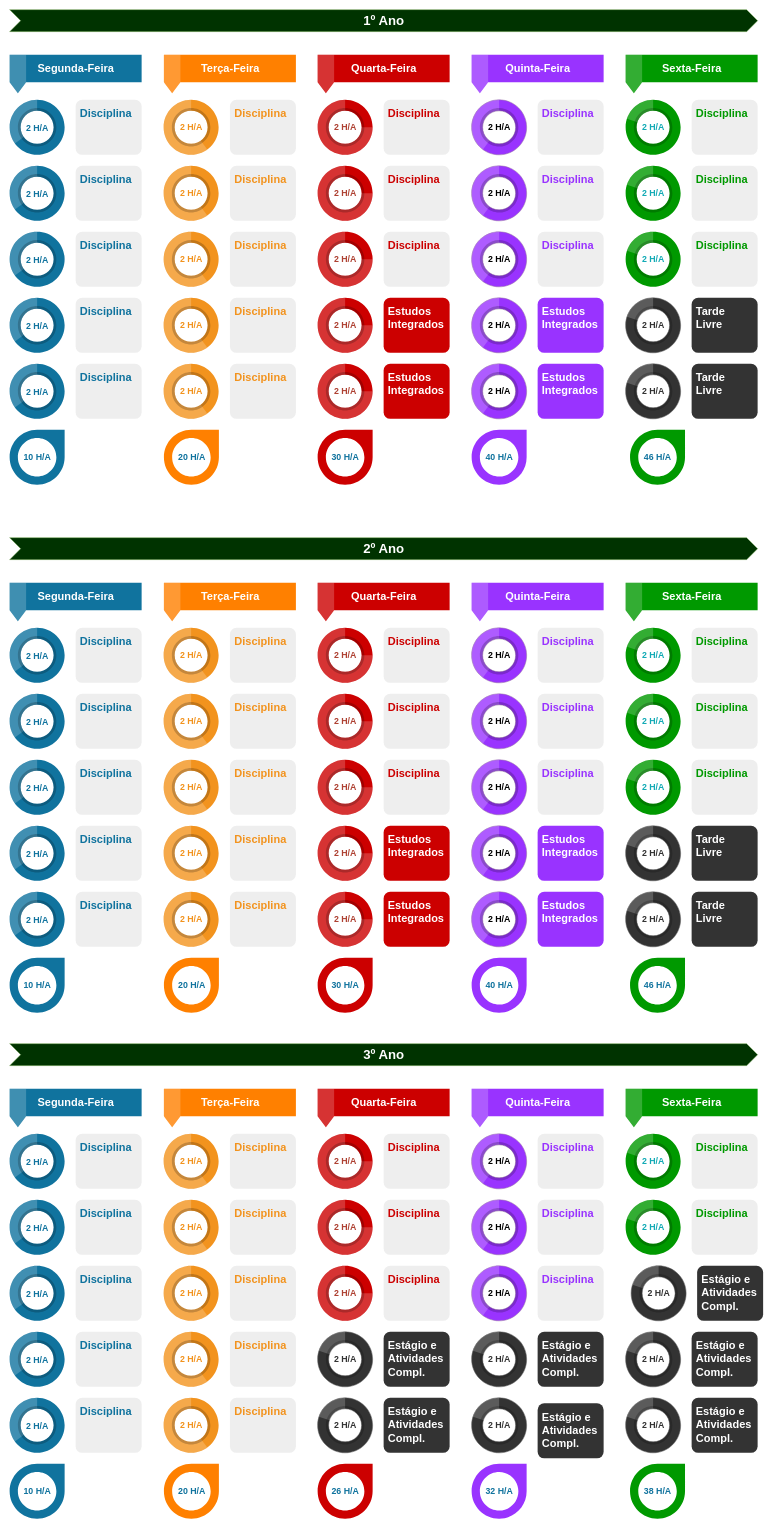
Above: Pictures/DiagramaSemanal.drawio in waldeyr/novo_biotec (draw.io), before the change. Source tidied: cells renumbered, new cells numbered last; positions are measured from the earlier drawing's top-left corner, leaving out a move shared by most shapes. Both pictures are drawn from the tidied source at 55%, with x=0, y=0 at pixel (9, 9).
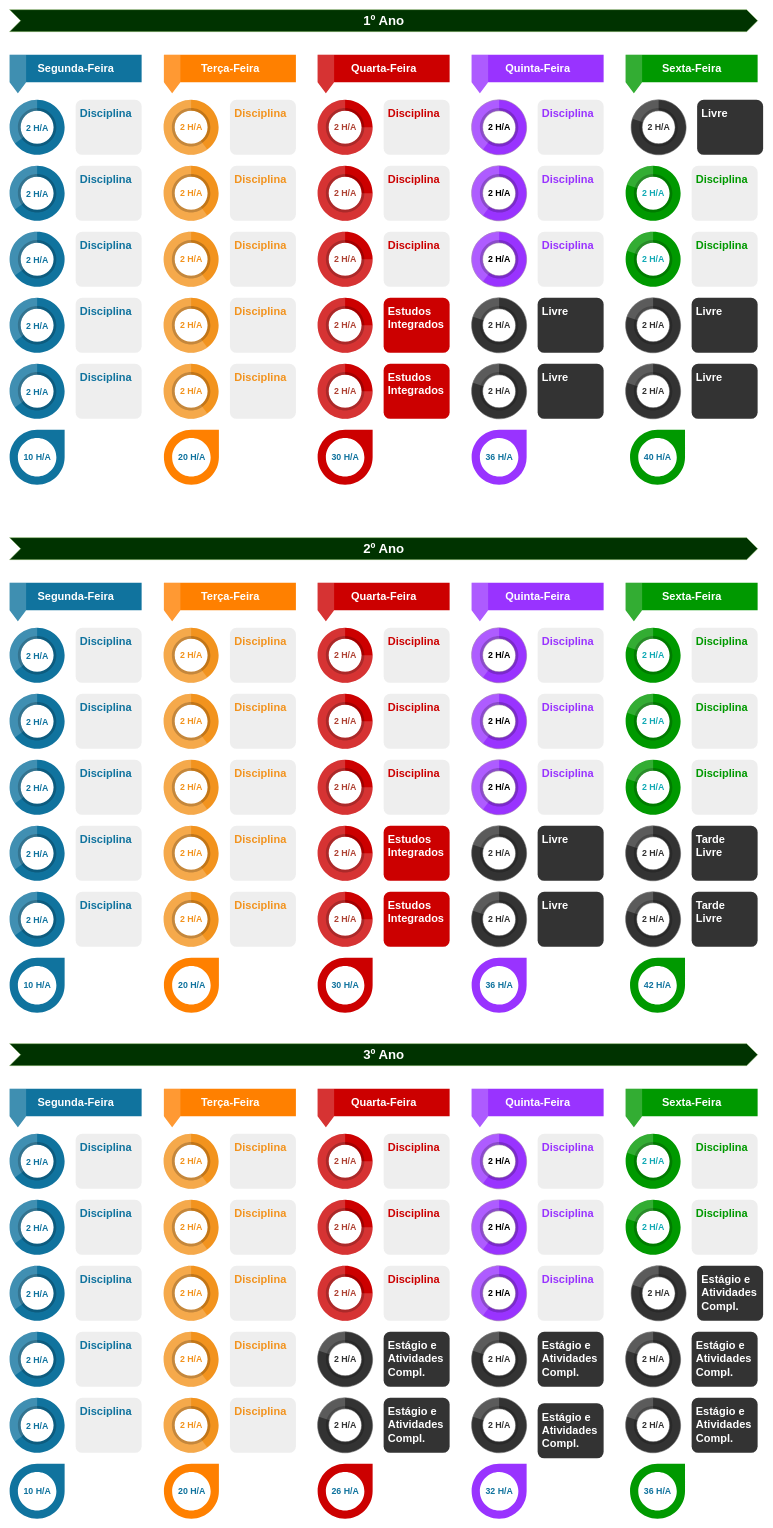
The same diagram, later.

What changed in the source:
```diff
@@
-    <mxCell id="10" value="2 H/A" style="verticalLabelPosition=middle;verticalAlign=middle;html=1;html=1;shape=mxgraph.infographic.partConcEllipse;startAngle=0;endAngle=0.8;arcWidth=0.4;strokeColor=none;fillColor=#009900;fontSize=16;fontColor=#12AAB5;align=center;fontStyle=1;" parent="1" vertex="1">
-      <mxGeometry x="1120" y="164" width="100" height="100" as="geometry" />
-    </mxCell>
-    <mxCell id="11" value="&lt;font style=&quot;font-size: 20px;&quot;&gt;&lt;font style=&quot;font-size: 20px;&quot; color=&quot;#009900&quot;&gt;&lt;b style=&quot;font-size: 20px;&quot;&gt;Disciplina&lt;/b&gt;&lt;/font&gt;&lt;br style=&quot;font-size: 20px;&quot;&gt;&lt;br style=&quot;font-size: 20px;&quot;&gt;&lt;br style=&quot;font-size: 20px;&quot;&gt;&lt;/font&gt;" style="rounded=1;strokeColor=none;fillColor=#EEEEEE;align=left;arcSize=12;verticalAlign=top;whiteSpace=wrap;html=1;fontSize=20;spacing=8;" parent="1" vertex="1">
-      <mxGeometry x="1240" y="164" width="120" height="100" as="geometry" />
-    </mxCell>
@@
-    <mxCell id="21" value="&lt;font style=&quot;font-size: 20px;&quot;&gt;&lt;font style=&quot;font-size: 20px;&quot;&gt;&lt;b style=&quot;font-size: 20px;&quot;&gt;Tarde Livre&lt;/b&gt;&lt;/font&gt;&lt;br style=&quot;font-size: 20px;&quot;&gt;&lt;br style=&quot;font-size: 20px;&quot;&gt;&lt;br style=&quot;font-size: 20px;&quot;&gt;&lt;/font&gt;" style="rounded=1;strokeColor=none;fillColor=#333333;align=left;arcSize=12;verticalAlign=top;whiteSpace=wrap;html=1;fontSize=20;spacing=8;fontColor=#FFFFFF;" parent="1" vertex="1">
+    <mxCell id="21" value="&lt;font style=&quot;font-size: 20px&quot;&gt;&lt;b&gt;Livre&lt;/b&gt;&lt;br style=&quot;font-size: 20px&quot;&gt;&lt;br style=&quot;font-size: 20px&quot;&gt;&lt;/font&gt;" style="rounded=1;strokeColor=none;fillColor=#333333;align=left;arcSize=12;verticalAlign=top;whiteSpace=wrap;html=1;fontSize=20;spacing=8;fontColor=#FFFFFF;" parent="1" vertex="1">
       <mxGeometry x="1240" y="524" width="120" height="100" as="geometry" />
     </mxCell>
@@
-    <mxCell id="25" value="&lt;font style=&quot;font-size: 20px;&quot;&gt;&lt;font style=&quot;font-size: 20px;&quot;&gt;&lt;b style=&quot;font-size: 20px;&quot;&gt;Tarde Livre&lt;/b&gt;&lt;/font&gt;&lt;br style=&quot;font-size: 20px;&quot;&gt;&lt;br style=&quot;font-size: 20px;&quot;&gt;&lt;br style=&quot;font-size: 20px;&quot;&gt;&lt;/font&gt;" style="rounded=1;strokeColor=none;fillColor=#333333;align=left;arcSize=12;verticalAlign=top;whiteSpace=wrap;html=1;fontSize=20;spacing=8;fontColor=#FFFFFF;" parent="1" vertex="1">
+    <mxCell id="25" value="&lt;font style=&quot;font-size: 20px&quot;&gt;&lt;b&gt;Livre&lt;/b&gt;&lt;br style=&quot;font-size: 20px&quot;&gt;&lt;br style=&quot;font-size: 20px&quot;&gt;&lt;/font&gt;" style="rounded=1;strokeColor=none;fillColor=#333333;align=left;arcSize=12;verticalAlign=top;whiteSpace=wrap;html=1;fontSize=20;spacing=8;fontColor=#FFFFFF;" parent="1" vertex="1">
       <mxGeometry x="1240" y="644" width="120" height="100" as="geometry" />
     </mxCell>
@@
-    <mxCell id="31" value="2 H/A" style="verticalLabelPosition=middle;verticalAlign=middle;html=1;html=1;shape=mxgraph.infographic.partConcEllipse;startAngle=0;endAngle=0.6;arcWidth=0.4;strokeColor=#9673a6;fillColor=#9933FF;fontSize=16;align=center;fontStyle=1;" parent="1" vertex="1">
-      <mxGeometry x="840" y="524" width="100" height="100" as="geometry" />
-    </mxCell>
-    <mxCell id="32" value="2 H/A" style="verticalLabelPosition=middle;verticalAlign=middle;html=1;html=1;shape=mxgraph.infographic.partConcEllipse;startAngle=0;endAngle=0.6;arcWidth=0.4;strokeColor=#9673a6;fillColor=#9933FF;fontSize=16;align=center;fontStyle=1;" parent="1" vertex="1">
-      <mxGeometry x="840" y="644" width="100" height="100" as="geometry" />
-    </mxCell>
@@
-    <mxCell id="52" value="&lt;font style=&quot;font-size: 20px;&quot;&gt;&lt;font style=&quot;font-size: 20px;&quot;&gt;&lt;b style=&quot;font-size: 20px;&quot;&gt;Estudos Integrados&lt;/b&gt;&lt;/font&gt;&lt;br style=&quot;font-size: 20px;&quot;&gt;&lt;/font&gt;" style="rounded=1;strokeColor=none;fillColor=#9933FF;align=left;arcSize=12;verticalAlign=top;whiteSpace=wrap;html=1;fontSize=20;spacing=8;fontColor=#FFFFFF;" parent="1" vertex="1">
-      <mxGeometry x="960" y="524" width="120" height="100" as="geometry" />
-    </mxCell>
@@
-    <mxCell id="54" value="&lt;font style=&quot;font-size: 20px;&quot;&gt;&lt;font style=&quot;font-size: 20px;&quot;&gt;&lt;b style=&quot;font-size: 20px;&quot;&gt;Estudos Integrados&lt;/b&gt;&lt;/font&gt;&lt;br style=&quot;font-size: 20px;&quot;&gt;&lt;/font&gt;" style="rounded=1;strokeColor=none;fillColor=#9933FF;align=left;arcSize=12;verticalAlign=top;whiteSpace=wrap;html=1;fontSize=20;spacing=8;fontColor=#FFFFFF;" parent="1" vertex="1">
-      <mxGeometry x="960" y="644" width="120" height="100" as="geometry" />
-    </mxCell>
@@
-    <mxCell id="60" value="40 H/A" style="verticalLabelPosition=middle;verticalAlign=middle;html=1;shape=mxgraph.infographic.circularCallout;dy=15;fillColor=#9933FF;strokeColor=none;labelPosition=center;align=center;fontColor=#10739E;fontStyle=1;fontSize=16;" parent="1" vertex="1">
+    <mxCell id="60" value="36 H/A" style="verticalLabelPosition=middle;verticalAlign=middle;html=1;shape=mxgraph.infographic.circularCallout;dy=15;fillColor=#9933FF;strokeColor=none;labelPosition=center;align=center;fontColor=#10739E;fontStyle=1;fontSize=16;" parent="1" vertex="1">
       <mxGeometry x="840" y="764" width="100" height="100" as="geometry" />
     </mxCell>
-    <mxCell id="61" value="46 H/A" style="verticalLabelPosition=middle;verticalAlign=middle;html=1;shape=mxgraph.infographic.circularCallout;dy=15;fillColor=#009900;strokeColor=none;labelPosition=center;align=center;fontColor=#10739E;fontStyle=1;fontSize=16;" parent="1" vertex="1">
+    <mxCell id="61" value="40 H/A" style="verticalLabelPosition=middle;verticalAlign=middle;html=1;shape=mxgraph.infographic.circularCallout;dy=15;fillColor=#009900;strokeColor=none;labelPosition=center;align=center;fontColor=#10739E;fontStyle=1;fontSize=16;" parent="1" vertex="1">
       <mxGeometry x="1128" y="764" width="100" height="100" as="geometry" />
     </mxCell>
@@
-    <mxCell id="92" value="2 H/A" style="verticalLabelPosition=middle;verticalAlign=middle;html=1;html=1;shape=mxgraph.infographic.partConcEllipse;startAngle=0;endAngle=0.6;arcWidth=0.4;strokeColor=#9673a6;fillColor=#9933FF;fontSize=16;align=center;fontStyle=1;" parent="1" vertex="1">
-      <mxGeometry x="840" y="1484" width="100" height="100" as="geometry" />
-    </mxCell>
-    <mxCell id="93" value="2 H/A" style="verticalLabelPosition=middle;verticalAlign=middle;html=1;html=1;shape=mxgraph.infographic.partConcEllipse;startAngle=0;endAngle=0.6;arcWidth=0.4;strokeColor=#9673a6;fillColor=#9933FF;fontSize=16;align=center;fontStyle=1;" parent="1" vertex="1">
-      <mxGeometry x="840" y="1604" width="100" height="100" as="geometry" />
-    </mxCell>
@@
-    <mxCell id="113" value="&lt;font style=&quot;font-size: 20px;&quot;&gt;&lt;font style=&quot;font-size: 20px;&quot;&gt;&lt;b style=&quot;font-size: 20px;&quot;&gt;Estudos Integrados&lt;/b&gt;&lt;/font&gt;&lt;br style=&quot;font-size: 20px;&quot;&gt;&lt;/font&gt;" style="rounded=1;strokeColor=none;fillColor=#9933FF;align=left;arcSize=12;verticalAlign=top;whiteSpace=wrap;html=1;fontSize=20;spacing=8;fontColor=#FFFFFF;" parent="1" vertex="1">
-      <mxGeometry x="960" y="1484" width="120" height="100" as="geometry" />
-    </mxCell>
@@
-    <mxCell id="115" value="&lt;font style=&quot;font-size: 20px;&quot;&gt;&lt;font style=&quot;font-size: 20px;&quot;&gt;&lt;b style=&quot;font-size: 20px;&quot;&gt;Estudos Integrados&lt;/b&gt;&lt;/font&gt;&lt;br style=&quot;font-size: 20px;&quot;&gt;&lt;/font&gt;" style="rounded=1;strokeColor=none;fillColor=#9933FF;align=left;arcSize=12;verticalAlign=top;whiteSpace=wrap;html=1;fontSize=20;spacing=8;fontColor=#FFFFFF;" parent="1" vertex="1">
-      <mxGeometry x="960" y="1604" width="120" height="100" as="geometry" />
-    </mxCell>
@@
-    <mxCell id="121" value="40 H/A" style="verticalLabelPosition=middle;verticalAlign=middle;html=1;shape=mxgraph.infographic.circularCallout;dy=15;fillColor=#9933FF;strokeColor=none;labelPosition=center;align=center;fontColor=#10739E;fontStyle=1;fontSize=16;" parent="1" vertex="1">
-      <mxGeometry x="840" y="1724" width="100" height="100" as="geometry" />
-    </mxCell>
-    <mxCell id="122" value="46 H/A" style="verticalLabelPosition=middle;verticalAlign=middle;html=1;shape=mxgraph.infographic.circularCallout;dy=15;fillColor=#009900;strokeColor=none;labelPosition=center;align=center;fontColor=#10739E;fontStyle=1;fontSize=16;" parent="1" vertex="1">
+    <mxCell id="122" value="42 H/A" style="verticalLabelPosition=middle;verticalAlign=middle;html=1;shape=mxgraph.infographic.circularCallout;dy=15;fillColor=#009900;strokeColor=none;labelPosition=center;align=center;fontColor=#10739E;fontStyle=1;fontSize=16;" parent="1" vertex="1">
       <mxGeometry x="1128" y="1724" width="100" height="100" as="geometry" />
     </mxCell>
@@
-    <mxCell id="171" value="38 H/A" style="verticalLabelPosition=middle;verticalAlign=middle;html=1;shape=mxgraph.infographic.circularCallout;dy=15;fillColor=#009900;strokeColor=none;labelPosition=center;align=center;fontColor=#10739E;fontStyle=1;fontSize=16;" parent="1" vertex="1">
+    <mxCell id="171" value="36 H/A" style="verticalLabelPosition=middle;verticalAlign=middle;html=1;shape=mxgraph.infographic.circularCallout;dy=15;fillColor=#009900;strokeColor=none;labelPosition=center;align=center;fontColor=#10739E;fontStyle=1;fontSize=16;" parent="1" vertex="1">
       <mxGeometry x="1128" y="2644" width="100" height="100" as="geometry" />
     </mxCell>
@@
+    <mxCell id="185" value="&lt;font style=&quot;font-size: 20px&quot;&gt;&lt;b&gt;Livre&lt;/b&gt;&lt;br style=&quot;font-size: 20px&quot;&gt;&lt;br style=&quot;font-size: 20px&quot;&gt;&lt;/font&gt;" style="rounded=1;strokeColor=none;fillColor=#333333;align=left;arcSize=12;verticalAlign=top;whiteSpace=wrap;html=1;fontSize=20;spacing=8;fontColor=#FFFFFF;" parent="1" vertex="1">
+      <mxGeometry x="960" y="524" width="120" height="100" as="geometry" />
+    </mxCell>
+    <mxCell id="186" value="&lt;font style=&quot;font-size: 20px&quot;&gt;&lt;b&gt;Livre&lt;/b&gt;&lt;br style=&quot;font-size: 20px&quot;&gt;&lt;br style=&quot;font-size: 20px&quot;&gt;&lt;/font&gt;" style="rounded=1;strokeColor=none;fillColor=#333333;align=left;arcSize=12;verticalAlign=top;whiteSpace=wrap;html=1;fontSize=20;spacing=8;fontColor=#FFFFFF;" parent="1" vertex="1">
+      <mxGeometry x="960" y="644" width="120" height="100" as="geometry" />
+    </mxCell>
+    <mxCell id="187" value="2 H/A" style="verticalLabelPosition=middle;verticalAlign=middle;html=1;html=1;shape=mxgraph.infographic.partConcEllipse;startAngle=0;endAngle=0.8;arcWidth=0.4;strokeColor=#666666;fillColor=#333333;fontSize=16;fontColor=#333333;align=center;fontStyle=1;" parent="1" vertex="1">
+      <mxGeometry x="840" y="524" width="100" height="100" as="geometry" />
+    </mxCell>
+    <mxCell id="188" value="2 H/A" style="verticalLabelPosition=middle;verticalAlign=middle;html=1;html=1;shape=mxgraph.infographic.partConcEllipse;startAngle=0;endAngle=0.8;arcWidth=0.4;strokeColor=#666666;fillColor=#333333;fontSize=16;fontColor=#333333;align=center;fontStyle=1;" parent="1" vertex="1">
+      <mxGeometry x="840" y="644" width="100" height="100" as="geometry" />
+    </mxCell>
+    <mxCell id="189" value="&lt;font style=&quot;font-size: 20px&quot;&gt;&lt;b&gt;Livre&lt;/b&gt;&lt;br style=&quot;font-size: 20px&quot;&gt;&lt;br style=&quot;font-size: 20px&quot;&gt;&lt;/font&gt;" style="rounded=1;strokeColor=none;fillColor=#333333;align=left;arcSize=12;verticalAlign=top;whiteSpace=wrap;html=1;fontSize=20;spacing=8;fontColor=#FFFFFF;" parent="1" vertex="1">
+      <mxGeometry x="1250" y="164" width="120" height="100" as="geometry" />
+    </mxCell>
+    <mxCell id="190" value="2 H/A" style="verticalLabelPosition=middle;verticalAlign=middle;html=1;html=1;shape=mxgraph.infographic.partConcEllipse;startAngle=0;endAngle=0.8;arcWidth=0.4;strokeColor=#666666;fillColor=#333333;fontSize=16;fontColor=#333333;align=center;fontStyle=1;" parent="1" vertex="1">
+      <mxGeometry x="1130" y="164" width="100" height="100" as="geometry" />
+    </mxCell>
+    <mxCell id="191" value="36 H/A" style="verticalLabelPosition=middle;verticalAlign=middle;html=1;shape=mxgraph.infographic.circularCallout;dy=15;fillColor=#9933FF;strokeColor=none;labelPosition=center;align=center;fontColor=#10739E;fontStyle=1;fontSize=16;" parent="1" vertex="1">
+      <mxGeometry x="840" y="1724" width="100" height="100" as="geometry" />
+    </mxCell>
+    <mxCell id="192" value="&lt;font style=&quot;font-size: 20px&quot;&gt;&lt;b&gt;Livre&lt;/b&gt;&lt;br style=&quot;font-size: 20px&quot;&gt;&lt;br style=&quot;font-size: 20px&quot;&gt;&lt;/font&gt;" style="rounded=1;strokeColor=none;fillColor=#333333;align=left;arcSize=12;verticalAlign=top;whiteSpace=wrap;html=1;fontSize=20;spacing=8;fontColor=#FFFFFF;" parent="1" vertex="1">
+      <mxGeometry x="960" y="1484" width="120" height="100" as="geometry" />
+    </mxCell>
+    <mxCell id="193" value="&lt;font style=&quot;font-size: 20px&quot;&gt;&lt;b&gt;Livre&lt;/b&gt;&lt;br style=&quot;font-size: 20px&quot;&gt;&lt;br style=&quot;font-size: 20px&quot;&gt;&lt;/font&gt;" style="rounded=1;strokeColor=none;fillColor=#333333;align=left;arcSize=12;verticalAlign=top;whiteSpace=wrap;html=1;fontSize=20;spacing=8;fontColor=#FFFFFF;" parent="1" vertex="1">
+      <mxGeometry x="960" y="1604" width="120" height="100" as="geometry" />
+    </mxCell>
+    <mxCell id="194" value="2 H/A" style="verticalLabelPosition=middle;verticalAlign=middle;html=1;html=1;shape=mxgraph.infographic.partConcEllipse;startAngle=0;endAngle=0.8;arcWidth=0.4;strokeColor=#666666;fillColor=#333333;fontSize=16;fontColor=#333333;align=center;fontStyle=1;" parent="1" vertex="1">
+      <mxGeometry x="840" y="1484" width="100" height="100" as="geometry" />
+    </mxCell>
+    <mxCell id="195" value="2 H/A" style="verticalLabelPosition=middle;verticalAlign=middle;html=1;html=1;shape=mxgraph.infographic.partConcEllipse;startAngle=0;endAngle=0.8;arcWidth=0.4;strokeColor=#666666;fillColor=#333333;fontSize=16;fontColor=#333333;align=center;fontStyle=1;" parent="1" vertex="1">
+      <mxGeometry x="840" y="1604" width="100" height="100" as="geometry" />
+    </mxCell>
```
